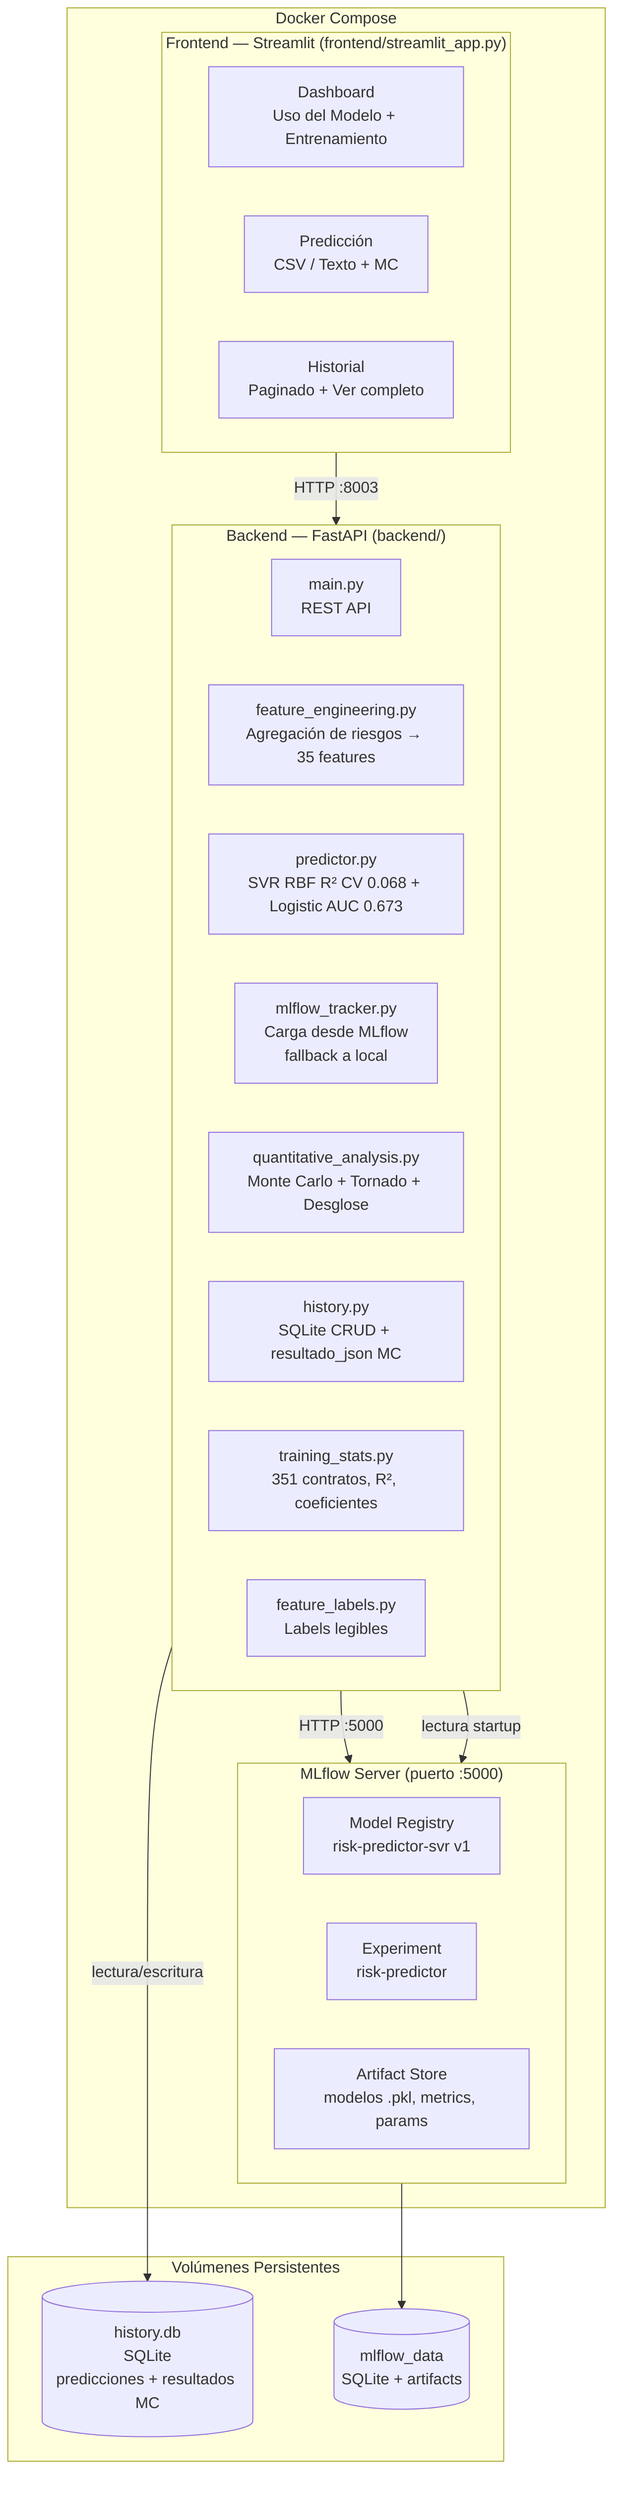
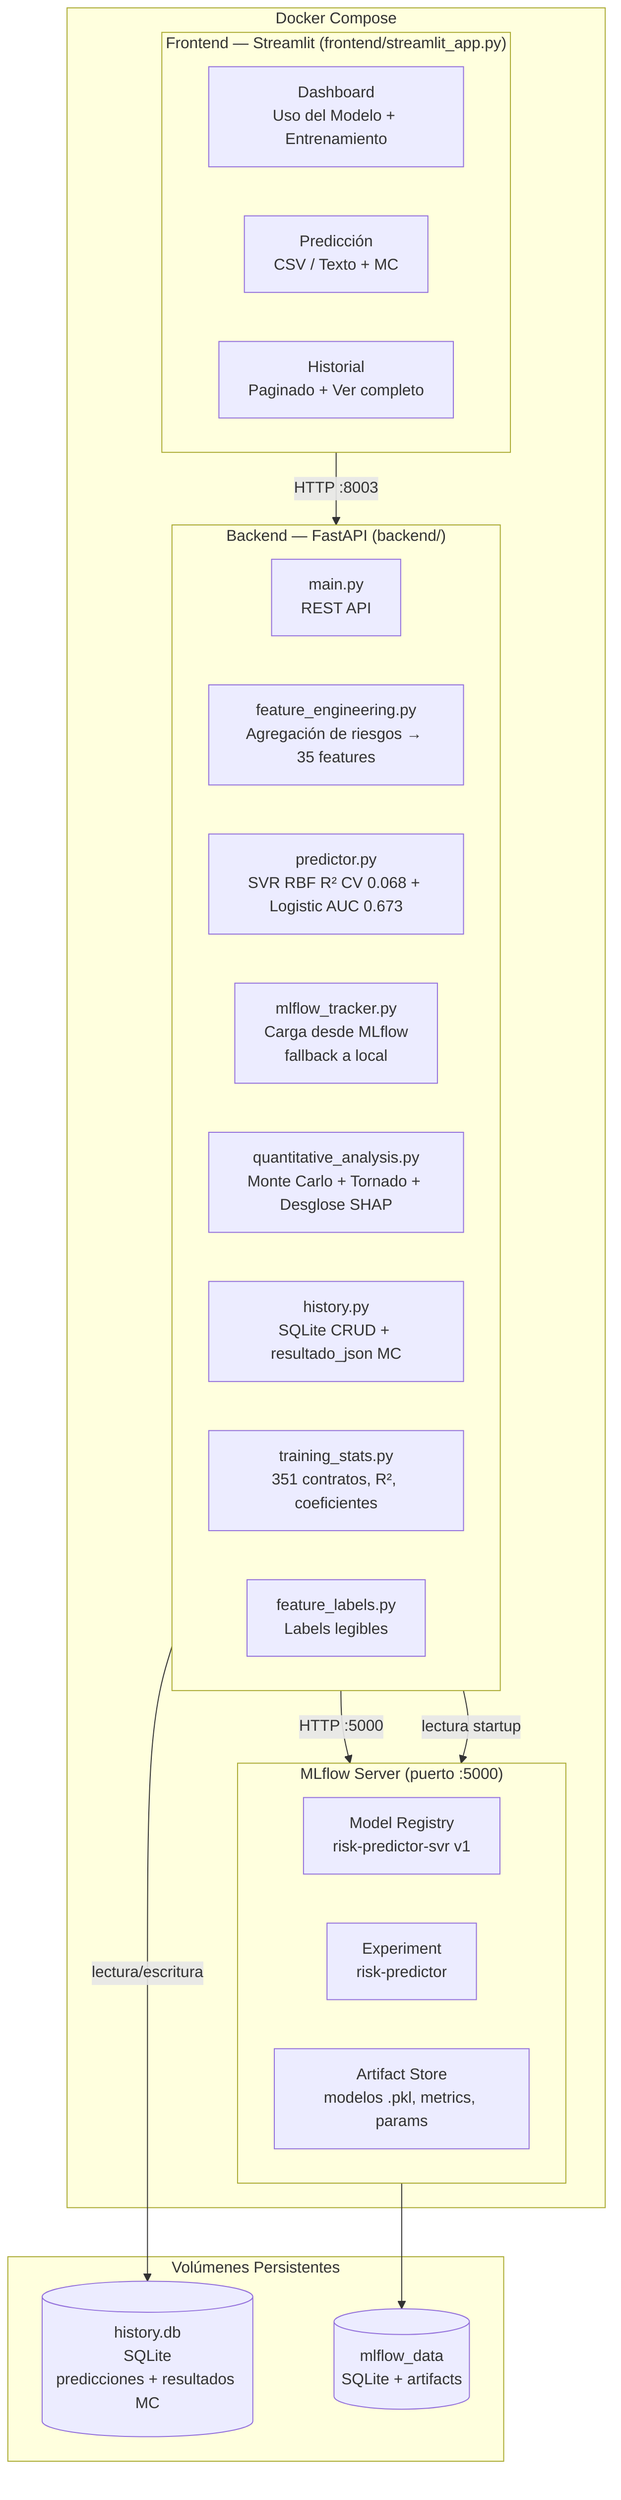
graph TB
    subgraph Docker["Docker Compose"]

        subgraph Frontend["Frontend — Streamlit (frontend/streamlit_app.py)"]
            DASH[Dashboard<br/>Uso del Modelo + Entrenamiento]
            PRED[Predicción<br/>CSV / Texto + MC]
            HIST[Historial<br/>Paginado + Ver completo]
        end

        subgraph Backend["Backend — FastAPI (backend/)"]
            API[main.py<br/>REST API]
            FE[feature_engineering.py<br/>Agregación de riesgos → 35 features]
            PREDICT[predictor.py<br/>SVR RBF R² CV 0.068 + Logistic AUC 0.673]
            MLF[mlflow_tracker.py<br/>Carga desde MLflow<br/>fallback a local]
-             QA[quantitative_analysis.py<br/>Monte Carlo + Tornado + Desglose]
+             QA[quantitative_analysis.py<br/>Monte Carlo + Tornado + Desglose SHAP]
            HISTDB[history.py<br/>SQLite CRUD + resultado_json MC]
            TRAIN[training_stats.py<br/>351 contratos, R², coeficientes]
            LABELS[feature_labels.py<br/>Labels legibles]
        end

        subgraph MLflowSrv["MLflow Server (puerto :5000)"]
            MLREG[Model Registry<br/>risk-predictor-svr v1]
            MLEXP[Experiment<br/>risk-predictor]
            MLART[Artifact Store<br/>modelos .pkl, metrics, params]
        end

    end

    subgraph Volumes["Volúmenes Persistentes"]
        DB[(history.db<br/>SQLite<br/>predicciones + resultados MC)]
        MLDATA[(mlflow_data<br/>SQLite + artifacts)]
    end

    Frontend -->|HTTP :8003| Backend
    Backend -->|HTTP :5000| MLflowSrv
    Backend -->|lectura startup| MLflowSrv
    Backend -->|lectura/escritura| DB
    MLflowSrv --> MLDATA
